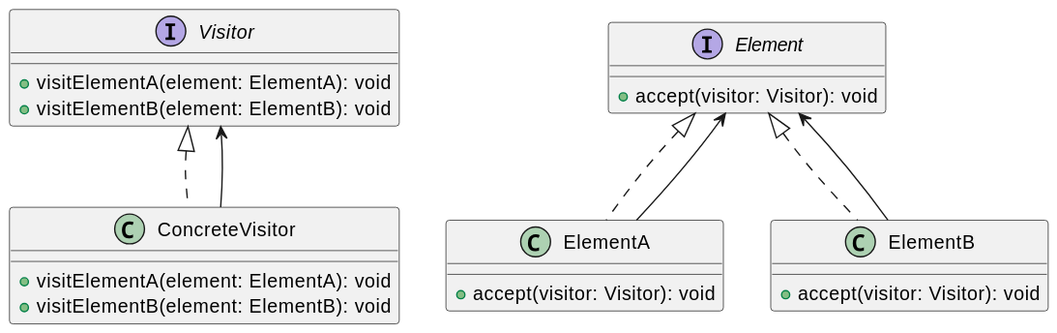
Above: out/patterns/visitor/visitor.svg in KubEF/architecture-learn-materials (PlantUML), before the change. Its diagram source:
```plantuml
@startuml
interface Visitor {
    +visitElementA(element: ElementA): void
    +visitElementB(element: ElementB): void
}

interface Element {
    +accept(visitor: Visitor): void
}

class ConcreteVisitor implements Visitor {
    +visitElementA(element: ElementA): void
    +visitElementB(element: ElementB): void
}

class ElementA implements Element {
    +accept(visitor: Visitor): void
}

class ElementB implements Element {
    +accept(visitor: Visitor): void
}

ElementA --> Element
ElementB --> Element
ConcreteVisitor --> Visitor
@enduml
```
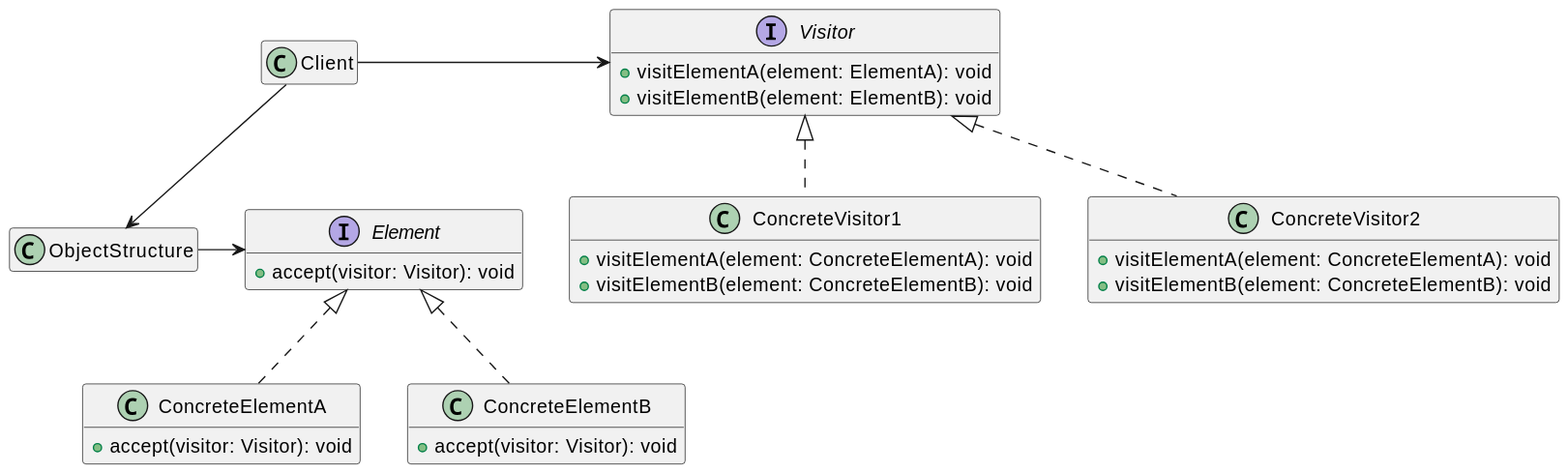
Above is the later version.

What changed in the source:
```diff
@@ -1,4 +1,6 @@
 @startuml
+hide empty members
+
 interface Visitor {
     +visitElementA(element: ElementA): void
     +visitElementB(element: ElementB): void
@@ -8,20 +10,26 @@
     +accept(visitor: Visitor): void
 }
 
-class ConcreteVisitor implements Visitor {
-    +visitElementA(element: ElementA): void
-    +visitElementB(element: ElementB): void
+class ConcreteVisitor1 implements Visitor {
+    +visitElementA(element: ConcreteElementA): void
+    +visitElementB(element: ConcreteElementB): void
+}
+class ConcreteVisitor2 implements Visitor {
+    +visitElementA(element: ConcreteElementA): void
+    +visitElementB(element: ConcreteElementB): void
 }
 
-class ElementA implements Element {
+class ConcreteElementA implements Element {
     +accept(visitor: Visitor): void
 }
 
-class ElementB implements Element {
+class ConcreteElementB implements Element {
     +accept(visitor: Visitor): void
 }
+class ObjectStructure{}
 
-ElementA --> Element
-ElementB --> Element
-ConcreteVisitor --> Visitor
+ObjectStructure -> Element
+class Client{}
+Client -> Visitor
+Client --> ObjectStructure
 @enduml
```
